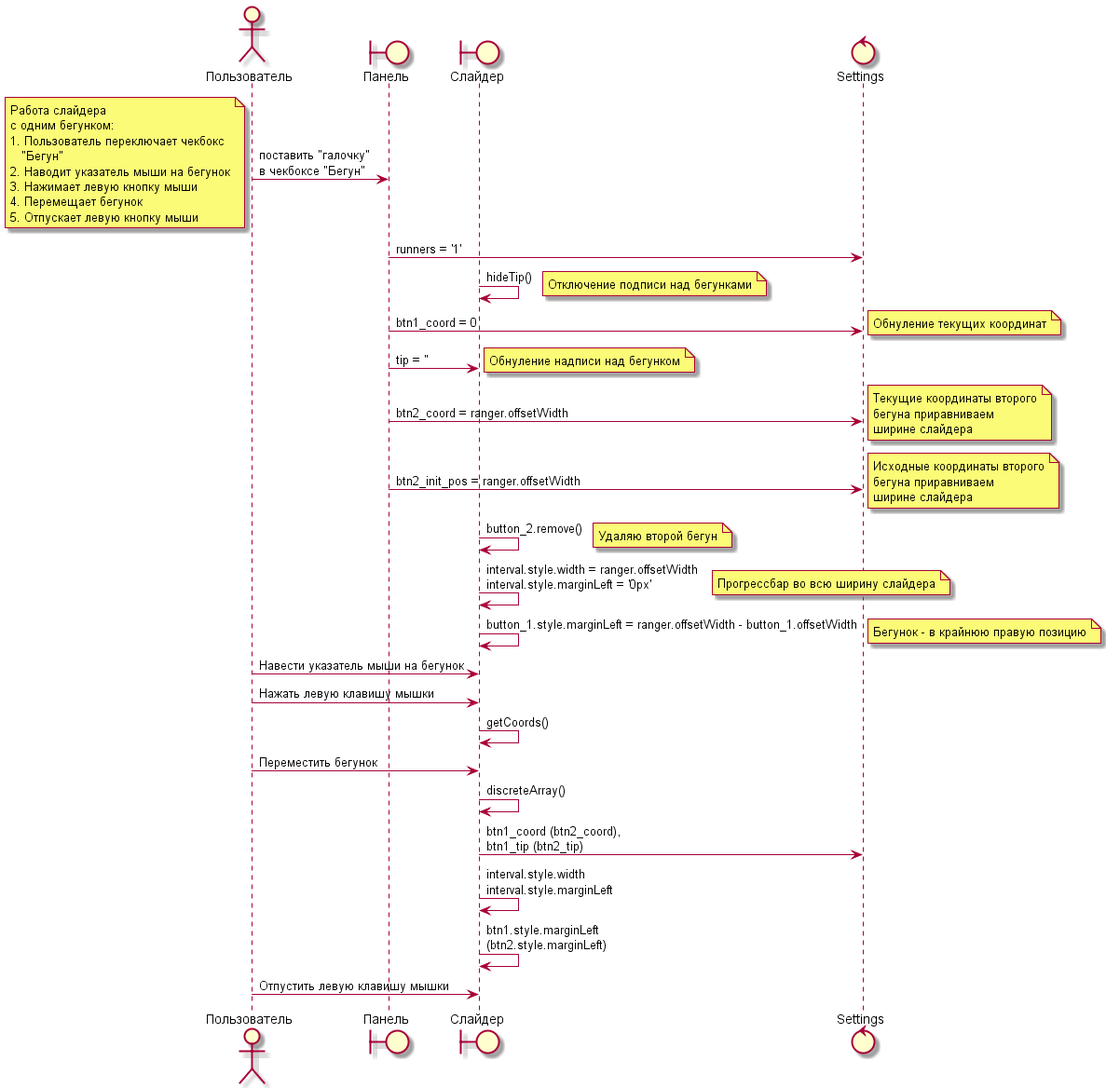
Before: out/src/uml/sequence_1runner/sequence_1runner.png, a diagram exported from PlantUML (ZubrD/slider). The source it was exported from:
```plantuml
@startuml
actor Пользователь
boundary Панель
boundary Слайдер
control Settings

Пользователь -> Панель : поставить "галочку" \nв чекбоксе "Бегун"
note left
Работа слайдера
с одним бегунком:
1. Пользователь переключает чекбокс
   "Бегун"
2. Наводит указатель мыши на бегунок
3. Нажимает левую кнопку мыши
4. Перемещает бегунок
5. Отпускает левую кнопку мыши
end note
Панель -> Settings : runners = '1'
Слайдер -> Слайдер : hideTip()
note right
Отключение подписи над бегунками
end note
Панель -> Settings : btn1_coord = 0
note right
Обнуление текущих координат
end note
Панель -> Слайдер : tip = ''
note right
Обнуление надписи над бегунком
end note
Панель -> Settings : btn2_coord = ranger.offsetWidth
note right
Текущие координаты второго
бегуна приравниваем
ширине слайдера
end note
Панель -> Settings : btn2_init_pos = ranger.offsetWidth
note right
Исходные координаты второго
бегуна приравниваем
ширине слайдера
end note
Слайдер -> Слайдер : button_2.remove()
note right
Удаляю второй бегун
end note
Слайдер -> Слайдер : interval.style.width = ranger.offsetWidth \ninterval.style.marginLeft = '0px'
note right
Прогрессбар во всю ширину слайдера
end note
Слайдер -> Слайдер : button_1.style.marginLeft = ranger.offsetWidth - button_1.offsetWidth
note right
Бегунок - в крайнюю правую позицию
end note
Пользователь -> Слайдер : Навести указатель мыши на бегунок
Пользователь -> Слайдер: Нажать левую клавишу мышки
Слайдер -> Слайдер : getCoords()
Пользователь -> Слайдер : Переместить бегунок
Слайдер -> Слайдер: discreteArray()
Слайдер -> Settings : btn1_coord (btn2_coord),\nbtn1_tip (btn2_tip)
Слайдер -> Слайдер : interval.style.width \ninterval.style.marginLeft
Слайдер -> Слайдер  : btn1.style.marginLeft \n(btn2.style.marginLeft)
Пользователь -> Слайдер : Отпустить левую клавишу мышки
@enduml
```
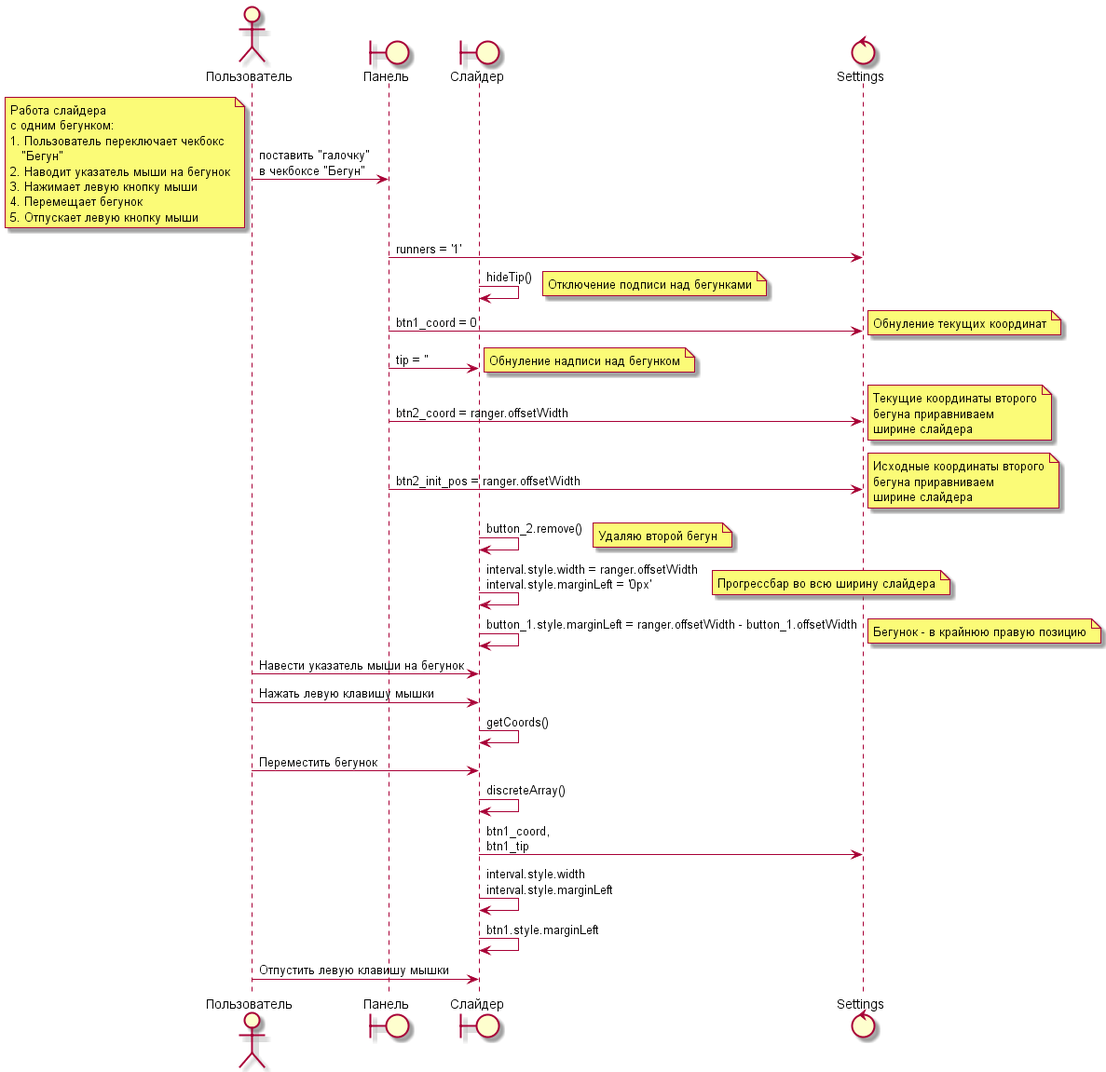
After the commit.

Commit message:
Забыл обновить файл png - обновил

Diff of the diagram source:
```diff
@@ -57,8 +57,8 @@
 Слайдер -> Слайдер : getCoords()
 Пользователь -> Слайдер : Переместить бегунок
 Слайдер -> Слайдер: discreteArray()
-Слайдер -> Settings : btn1_coord (btn2_coord),\nbtn1_tip (btn2_tip)
+Слайдер -> Settings : btn1_coord,\nbtn1_tip
 Слайдер -> Слайдер : interval.style.width \ninterval.style.marginLeft
-Слайдер -> Слайдер  : btn1.style.marginLeft \n(btn2.style.marginLeft)
+Слайдер -> Слайдер  : btn1.style.marginLeft
 Пользователь -> Слайдер : Отпустить левую клавишу мышки
 @enduml
```
